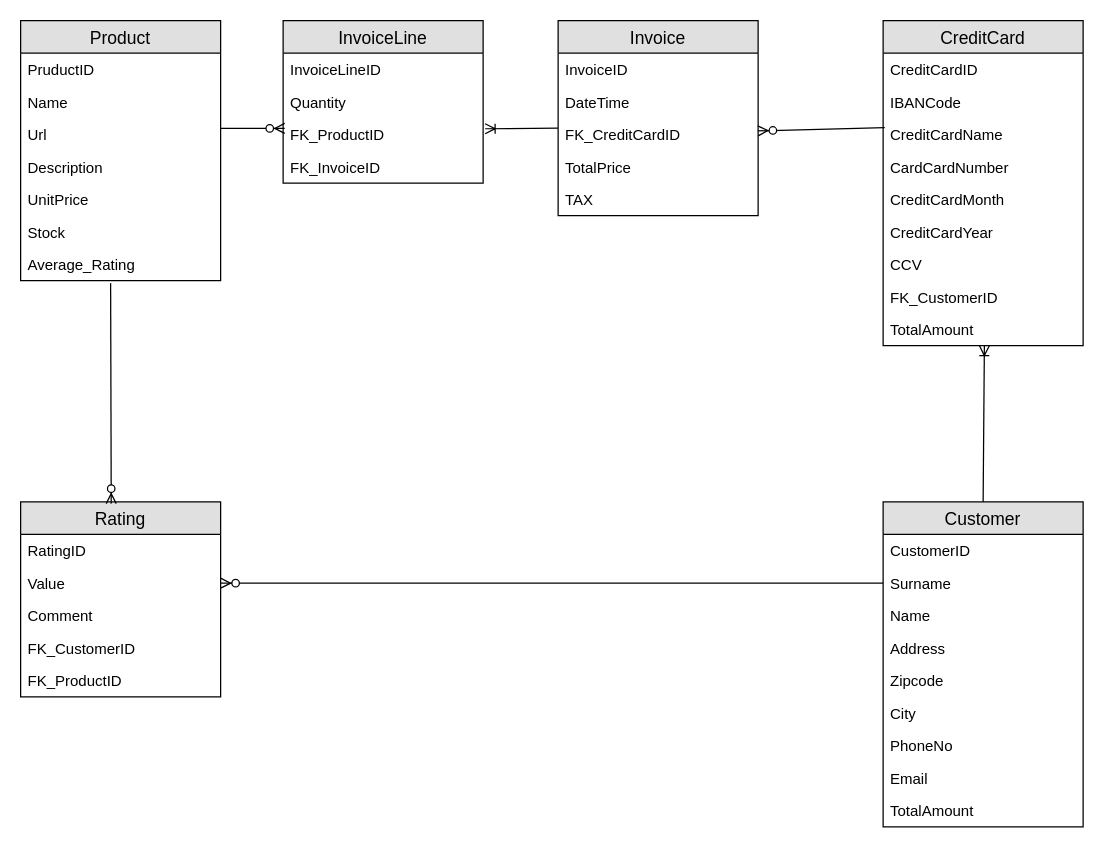
Jane1979/Database keeps this draw.io diagram as Database/ER_Diagram.drawio. Above is the earlier version. Source tidied: cells renumbered, new cells numbered last; positions are measured from the earlier drawing's top-left corner, leaving out a move shared by most shapes. Both pictures are drawn from the tidied source at 125%, with x=0, y=0 at pixel (20, 20).
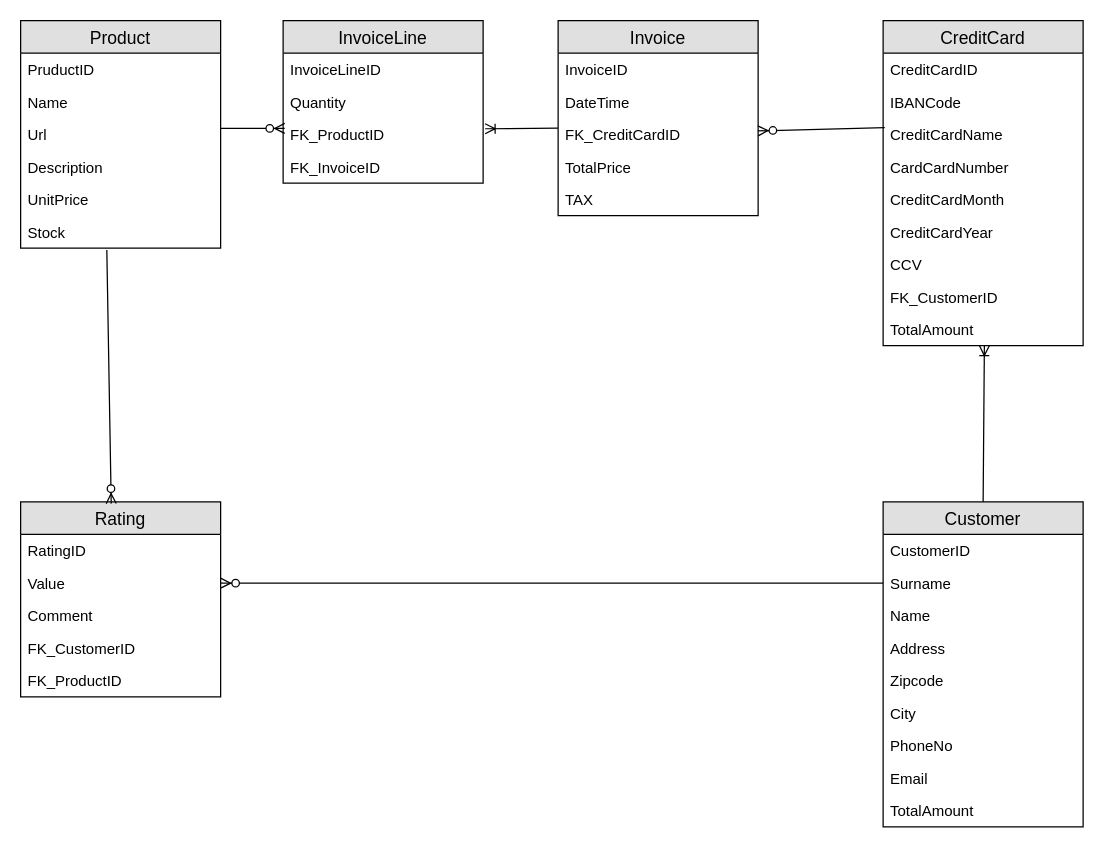
After the change.

The change refers to these unchanged cells:
```xml
<mxCell id="8" value="Stock" style="text;strokeColor=none;fillColor=none;spacingLeft=4;spacingRight=4;overflow=hidden;points=[[0,0.5],[1,0.5]];portConstraint=eastwest;fontSize=12;" parent="2" vertex="1">
  <mxGeometry y="156" width="160" height="26" as="geometry" />
</mxCell>
<mxCell id="42" value="Rating" style="swimlane;fontStyle=0;horizontal=1;startSize=26;fillColor=#e0e0e0;swimlaneFillColor=#ffffff;align=center;fontSize=14;" parent="1" vertex="1">
  <mxGeometry y="385" width="160" height="156" as="geometry" />
</mxCell>
```

The edit, as a diff of the source:
```diff
@@
     <mxCell id="2" value="Product" style="swimlane;fontStyle=0;horizontal=1;startSize=26;fillColor=#e0e0e0;swimlaneFillColor=#ffffff;align=center;fontSize=14;" parent="1" vertex="1">
-      <mxGeometry width="160" height="208" as="geometry" />
+      <mxGeometry width="160" height="182" as="geometry" />
     </mxCell>
@@
-    <mxCell id="9" value="Average_Rating" style="text;strokeColor=none;fillColor=none;spacingLeft=4;spacingRight=4;overflow=hidden;fontSize=12;" parent="2" vertex="1">
-      <mxGeometry y="182" width="160" height="26" as="geometry" />
-    </mxCell>
@@
-    <mxCell id="51" style="fontSize=12;html=1;endArrow=ERzeroToMany;strokeWidth=1;entryX=0.453;entryY=0.009;entryDx=0;entryDy=0;entryPerimeter=0;endFill=1;" parent="1" edge="1" target="42">
-      <mxGeometry relative="1" as="geometry">
-        <mxPoint x="72" y="210" as="sourcePoint" />
-      </mxGeometry>
+    <mxCell id="51" style="fontSize=12;html=1;endArrow=ERzeroToMany;strokeWidth=1;entryX=0.453;entryY=0.009;entryDx=0;entryDy=0;entryPerimeter=0;endFill=1;exitX=0.431;exitY=1.06;exitDx=0;exitDy=0;exitPerimeter=0;" parent="1" edge="1" source="8" target="42">
+      <mxGeometry relative="1" as="geometry" />
     </mxCell>
```
